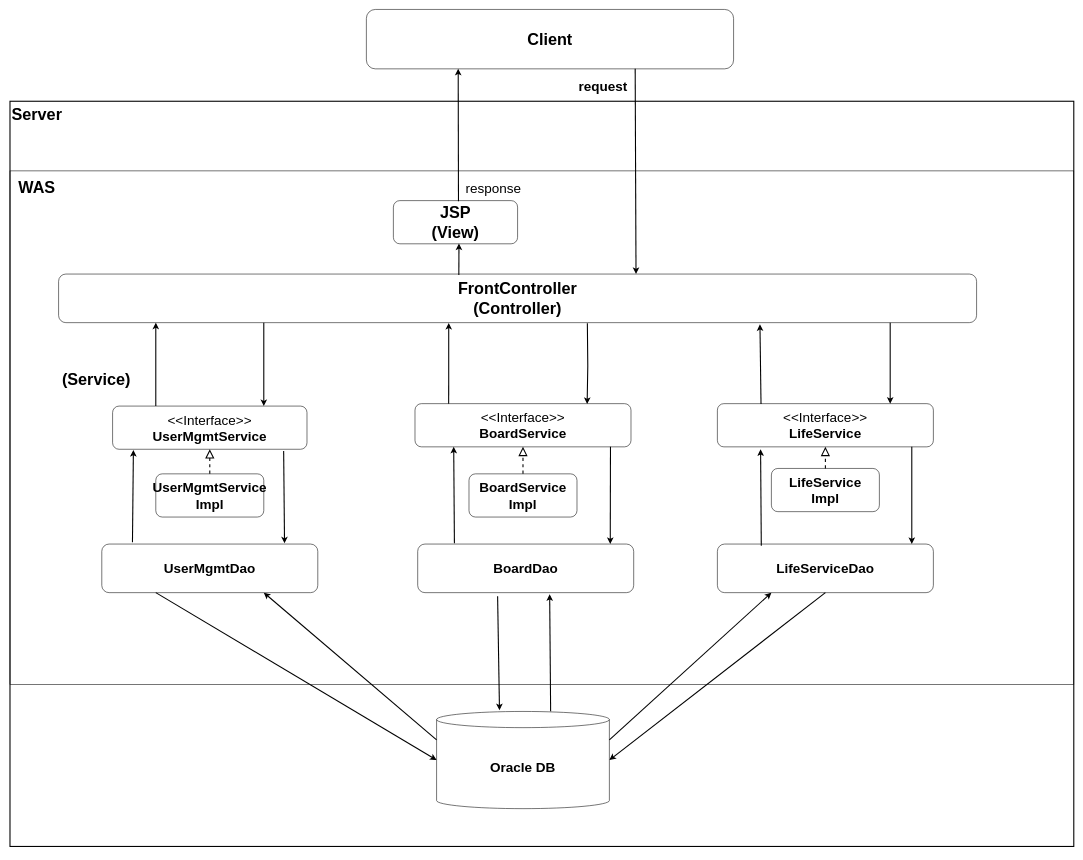
The draw.io diagram project_1/6. 포트폴리오/Software Architecture/Software Architecture.drawio in p1p2p1/Project_DLT, before the edit. Source tidied: cells renumbered, new cells numbered last; positions are measured from the earlier drawing's top-left corner, leaving out a move shared by most shapes. Both pictures are drawn from the tidied source at 54%, with x=0, y=0 at pixel (10, 9).
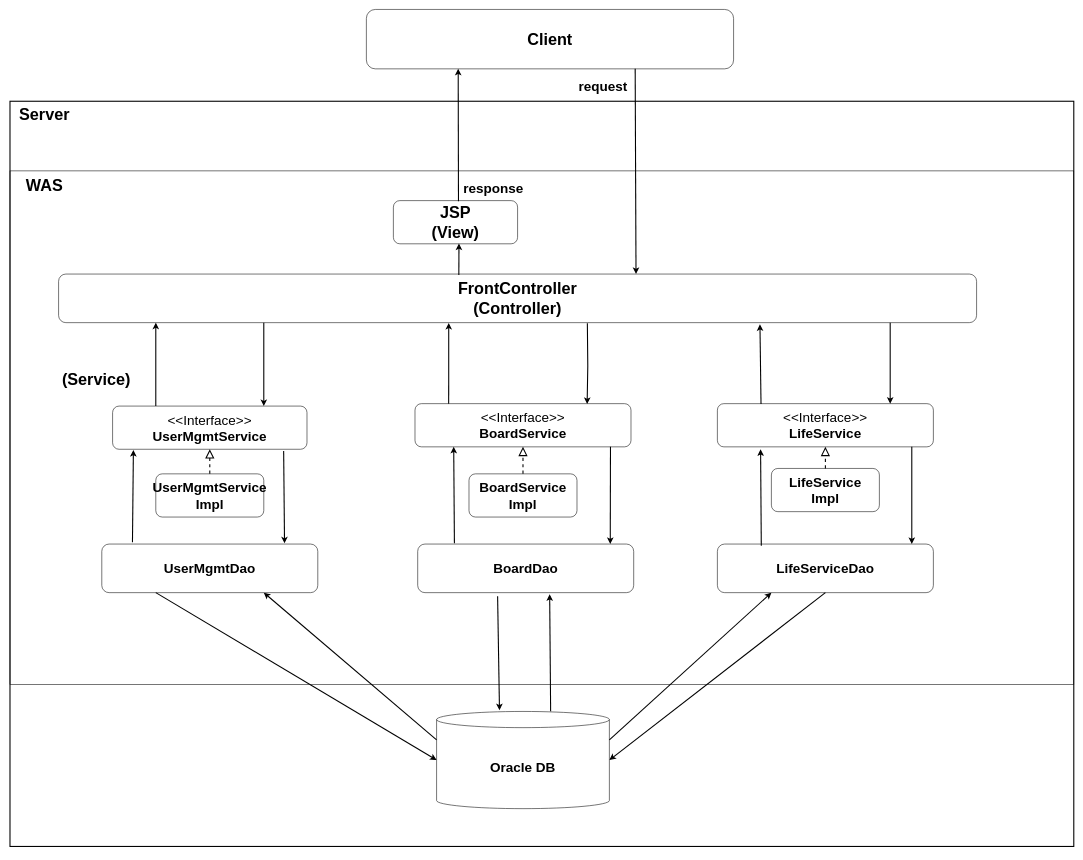
The same diagram, later.

Unchanged cells that the change refers to:
```xml
<mxCell id="11" style="endArrow=classic;html=1;rounded=0;fontSize=15;exitX=0.524;exitY=0.013;exitDx=0;exitDy=0;exitPerimeter=0;strokeWidth=2;" parent="1" edge="1" source="10">
  <mxGeometry relative="1" as="geometry">
    <mxPoint x="830" y="110" as="targetPoint" />
  </mxGeometry>
</mxCell>
```

The edit, as a diff of the source:
```diff
@@
     <mxCell id="5" value="Server" style="rounded=0;whiteSpace=wrap;html=1;fontSize=30;fillColor=none;strokeColor=none;fontStyle=1;" parent="1" vertex="1">
-      <mxGeometry y="170" width="100" height="50" as="geometry" />
+      <mxGeometry x="14" y="170" width="100" height="50" as="geometry" />
     </mxCell>
     <mxCell id="6" value="WAS" style="rounded=0;whiteSpace=wrap;html=1;fontSize=30;fillColor=none;strokeColor=none;fontStyle=1;" parent="1" vertex="1">
-      <mxGeometry y="304" width="100" height="50" as="geometry" />
+      <mxGeometry x="14" y="300" width="100" height="50" as="geometry" />
     </mxCell>
@@
-    <mxCell id="12" value="response" style="edgeLabel;html=1;align=center;verticalAlign=middle;fontSize=25;fontStyle=0;" parent="11" vertex="1">
+    <mxCell id="12" value="response" style="edgeLabel;html=1;align=center;verticalAlign=middle;fontSize=25;fontStyle=1;" parent="11" vertex="1">
       <mxGeometry x="-0.72" y="1" relative="1" as="geometry">
         <mxPoint x="65" y="9" as="offset" />
       </mxGeometry>
     </mxCell>
```
